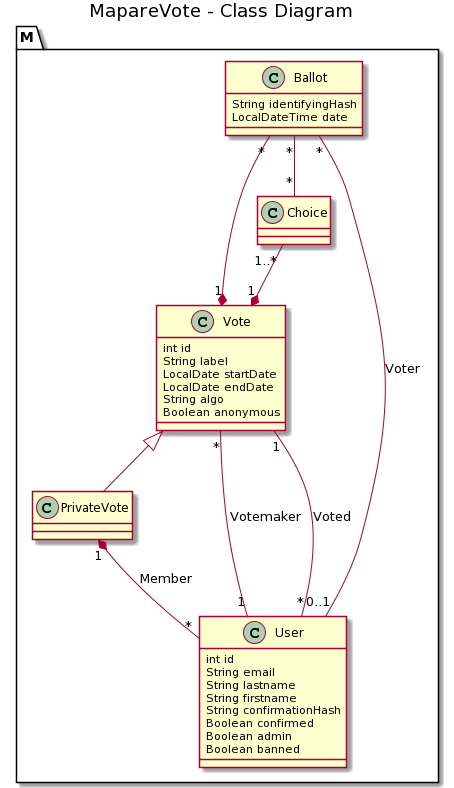
Earlier version of the PlantUML export UML/MapareVoteClass.png (dptinfoutln/MapareVote).
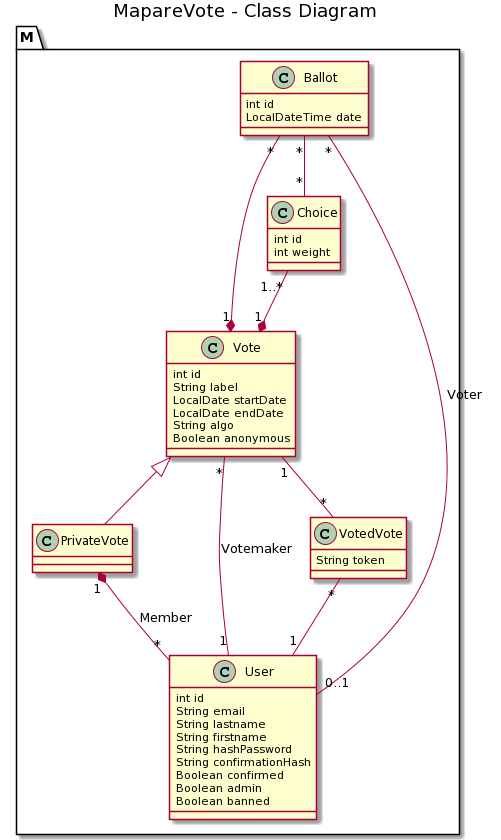
The same file after the commit.

The edit, as a diff of the source:
```diff
@@ -13,10 +13,13 @@
 
     class PrivateVote
 
-    class Choice
+    class Choice {
+        int id
+        int weight
+    }
 
     class Ballot {
-        String identifyingHash
+        int id
         LocalDateTime date
     }
 
@@ -25,10 +28,15 @@
         String email
         String lastname
         String firstname
+        String hashPassword
         String confirmationHash
         Boolean confirmed
         Boolean admin
         Boolean banned
+    }
+
+    class VotedVote {
+        String token
     }
 }
 
@@ -39,6 +47,7 @@
 Ballot "*" -- "0..1" User:Voter
 Vote "*" --- "1" User:Votemaker
 PrivateVote "1" *-- "*" User:Member
-Vote "1"-- "*" User:Voted
+Vote "1"-- "*" VotedVote
+VotedVote "*" -- "1" User
 Vote <|-- PrivateVote
 @enduml
```
